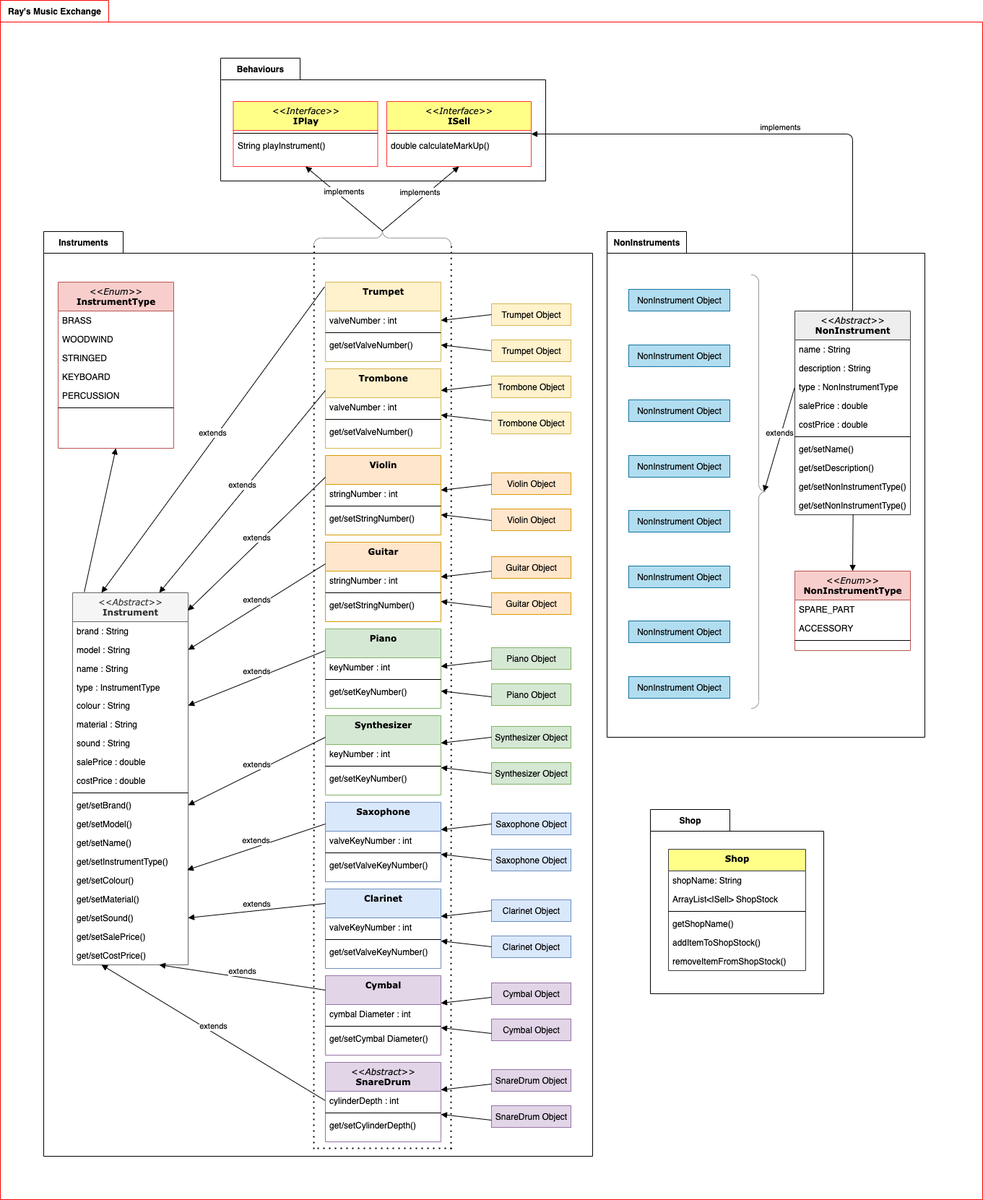
Before: Rays_Music_Exchange.png, a diagram exported from draw.io (jonnystv/Java-Music-Shop-App). Source tidied: cells renumbered, new cells last; positions are measured from the earlier drawing's top-left corner, leaving out a move shared by most shapes.
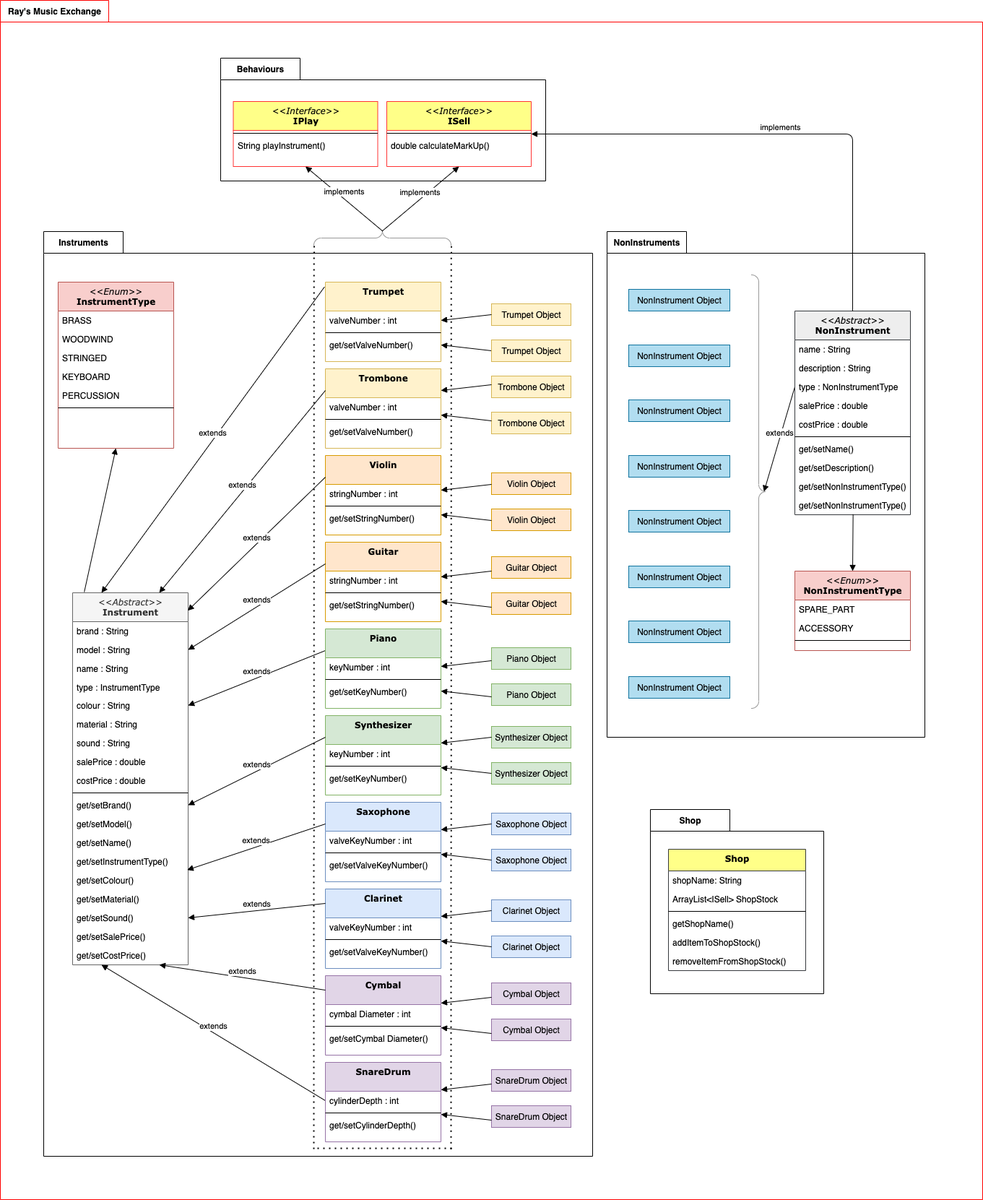
The same file after the commit.

Commit message:
Trumpet get and setColor tests passed

What changed in the source:
```diff
@@ -444,7 +444,7 @@
     <mxCell id="125" style="line;html=1;strokeWidth=1;fillColor=none;align=left;verticalAlign=middle;spacingTop=-1;spacingLeft=3;spacingRight=3;labelPosition=right;" parent="119" vertex="1">
       <mxGeometry y="170" width="160" height="8" as="geometry" />
     </mxCell>
-    <mxCell id="126" value="&amp;lt;&amp;lt;&lt;i&gt;Abstract&lt;/i&gt;&amp;gt;&amp;gt;&lt;br&gt;&lt;b&gt;SnareDrum&lt;/b&gt;" style="swimlane;html=1;fontStyle=0;align=center;verticalAlign=top;horizontal=1;startSize=40;swimlaneFillColor=#ffffff;rounded=0;shadow=0;comic=0;labelBackgroundColor=none;strokeWidth=1;fillColor=#e1d5e7;fontFamily=Verdana;fontSize=12;strokeColor=#9673a6;" parent="1" vertex="1">
+    <mxCell id="126" value="&lt;b&gt;SnareDrum&lt;/b&gt;" style="swimlane;html=1;fontStyle=0;align=center;verticalAlign=top;horizontal=1;startSize=40;swimlaneFillColor=#ffffff;rounded=0;shadow=0;comic=0;labelBackgroundColor=none;strokeWidth=1;fillColor=#e1d5e7;fontFamily=Verdana;fontSize=12;strokeColor=#9673a6;" parent="1" vertex="1">
       <mxGeometry x="450" y="1470" width="160" height="110" as="geometry" />
     </mxCell>
     <mxCell id="127" value="cylinderDepth : int" style="text;html=1;strokeColor=none;fillColor=none;align=left;verticalAlign=top;spacingLeft=4;spacingRight=4;whiteSpace=wrap;overflow=hidden;points=[[0,0.5],[1,0.5]];portConstraint=eastwest;" parent="126" vertex="1">
```
